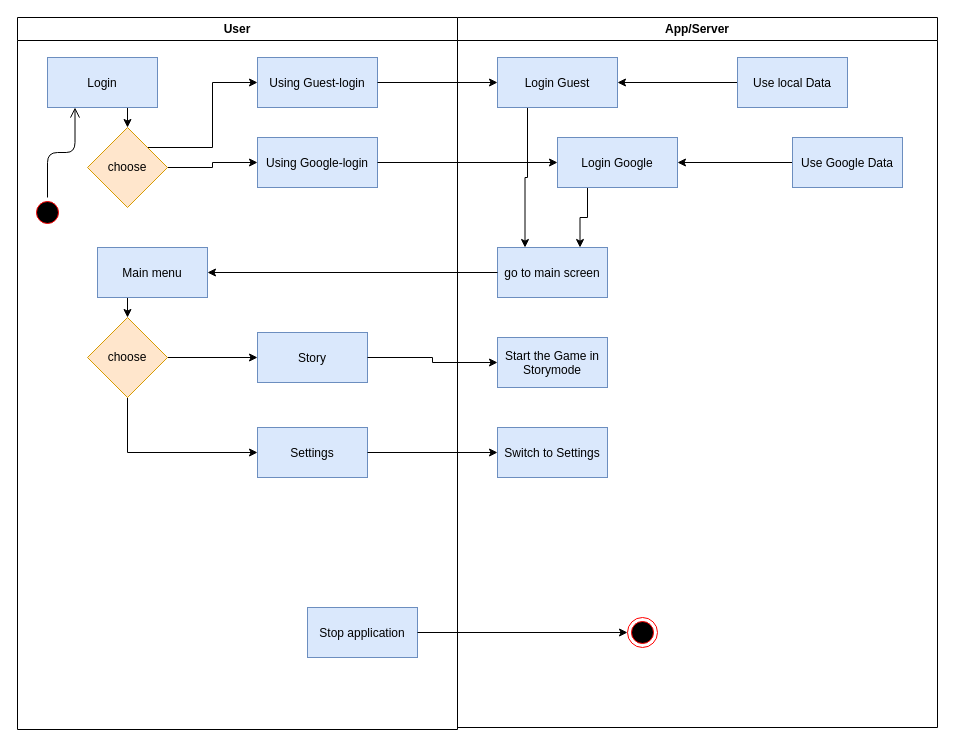
Before: Activity_dia_mainmenu.drawio in GabrielBalzer/hypercasualgame, a draw.io diagram. Source tidied: cells renumbered, new cells numbered last; positions are measured from the earlier drawing's top-left corner, leaving out a move shared by most shapes. Both pictures are drawn from the tidied source at 100%, with x=0, y=0 at pixel (17, 17).
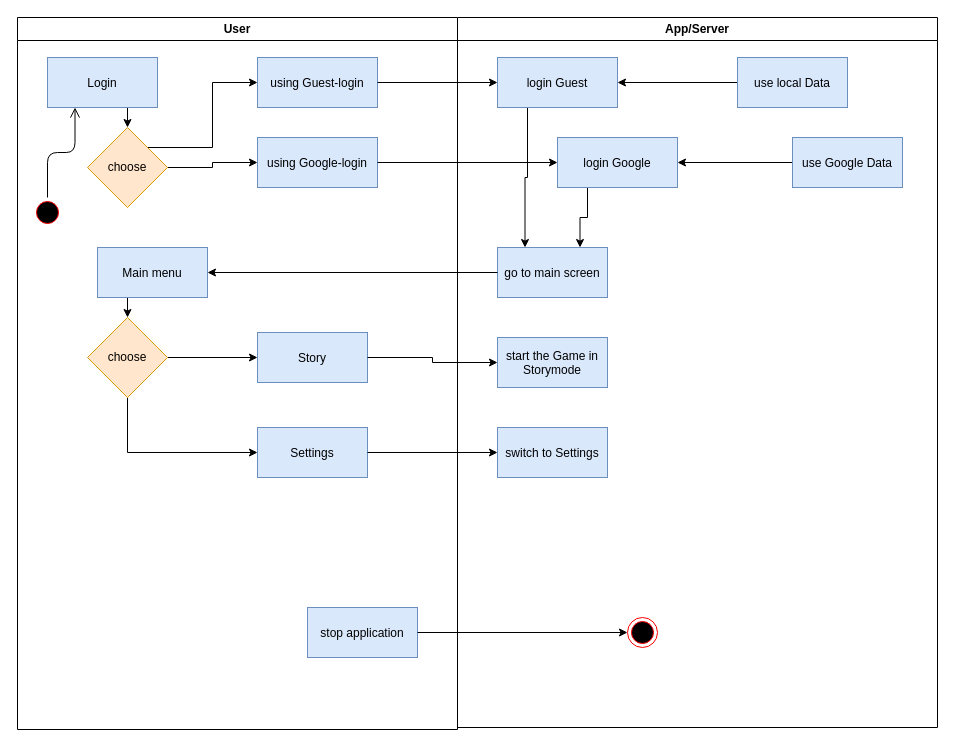
The same page after the edit.

Unchanged cells that the change refers to:
```xml
<mxCell id="2" value="User" style="swimlane;whiteSpace=wrap;startSize=23;" parent="1" vertex="1">
  <mxGeometry width="440" height="712" as="geometry" />
</mxCell>
<mxCell id="20" value="App/Server" style="swimlane;whiteSpace=wrap;" parent="1" vertex="1">
  <mxGeometry x="440" width="480" height="710" as="geometry" />
</mxCell>
```

The edit, as a diff of the source:
```diff
@@
-    <mxCell id="15" value="Using Guest-login" style="fillColor=#dae8fc;strokeColor=#6c8ebf;" parent="2" vertex="1">
+    <mxCell id="15" value="using Guest-login" style="fillColor=#dae8fc;strokeColor=#6c8ebf;" parent="2" vertex="1">
       <mxGeometry x="240" y="40" width="120" height="50" as="geometry" />
     </mxCell>
-    <mxCell id="16" value="Using Google-login" style="fillColor=#dae8fc;strokeColor=#6c8ebf;" parent="2" vertex="1">
+    <mxCell id="16" value="using Google-login" style="fillColor=#dae8fc;strokeColor=#6c8ebf;" parent="2" vertex="1">
       <mxGeometry x="240" y="120" width="120" height="50" as="geometry" />
     </mxCell>
@@
-    <mxCell id="19" value="Stop application" style="fillColor=#dae8fc;strokeColor=#6c8ebf;" parent="2" vertex="1">
+    <mxCell id="19" value="stop application" style="fillColor=#dae8fc;strokeColor=#6c8ebf;" parent="2" vertex="1">
       <mxGeometry x="290" y="590" width="110" height="50" as="geometry" />
     </mxCell>
@@
-    <mxCell id="22" value="Start the Game in &#10;Storymode" style="fillColor=#dae8fc;strokeColor=#6c8ebf;" parent="20" vertex="1">
+    <mxCell id="22" value="start the Game in &#10;Storymode" style="fillColor=#dae8fc;strokeColor=#6c8ebf;" parent="20" vertex="1">
       <mxGeometry x="40" y="320" width="110" height="50" as="geometry" />
     </mxCell>
@@
-    <mxCell id="24" value="Login Guest" style="fillColor=#dae8fc;strokeColor=#6c8ebf;" parent="20" vertex="1">
+    <mxCell id="24" value="login Guest" style="fillColor=#dae8fc;strokeColor=#6c8ebf;" parent="20" vertex="1">
       <mxGeometry x="40" y="40" width="120" height="50" as="geometry" />
     </mxCell>
@@
-    <mxCell id="26" value="Login Google" style="fillColor=#dae8fc;strokeColor=#6c8ebf;" parent="20" vertex="1">
+    <mxCell id="26" value="login Google" style="fillColor=#dae8fc;strokeColor=#6c8ebf;" parent="20" vertex="1">
       <mxGeometry x="100" y="120" width="120" height="50" as="geometry" />
     </mxCell>
@@
-    <mxCell id="28" value="Use Google Data" style="fillColor=#dae8fc;strokeColor=#6c8ebf;" parent="20" vertex="1">
+    <mxCell id="28" value="use Google Data" style="fillColor=#dae8fc;strokeColor=#6c8ebf;" parent="20" vertex="1">
       <mxGeometry x="335" y="120" width="110" height="50" as="geometry" />
     </mxCell>
@@
-    <mxCell id="30" value="Use local Data" style="fillColor=#dae8fc;strokeColor=#6c8ebf;" parent="20" vertex="1">
+    <mxCell id="30" value="use local Data" style="fillColor=#dae8fc;strokeColor=#6c8ebf;" parent="20" vertex="1">
       <mxGeometry x="280" y="40" width="110" height="50" as="geometry" />
     </mxCell>
-    <mxCell id="31" value="Switch to Settings" style="fillColor=#dae8fc;strokeColor=#6c8ebf;" parent="20" vertex="1">
+    <mxCell id="31" value="switch to Settings" style="fillColor=#dae8fc;strokeColor=#6c8ebf;" parent="20" vertex="1">
       <mxGeometry x="40" y="410" width="110" height="50" as="geometry" />
     </mxCell>
```
